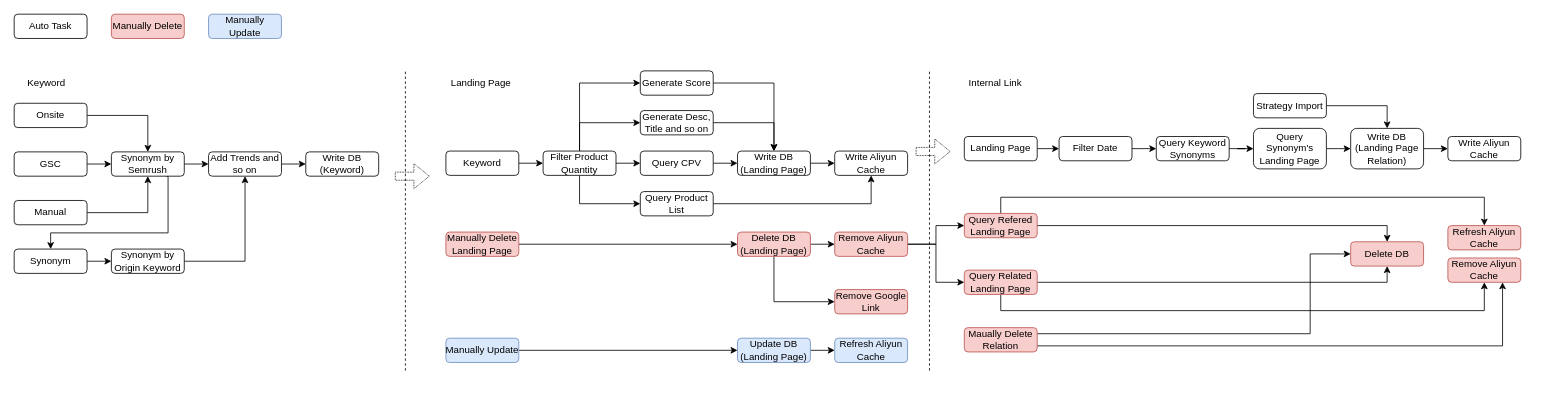
VisableHarry/seo-drawio keeps this draw.io diagram as drawio/internal_link.drawio. Above is the earlier version. Source tidied: cells renumbered, new cells numbered last; positions are measured from the earlier drawing's top-left corner, leaving out a move shared by most shapes. Both pictures are drawn from the tidied source at 81%, with x=0, y=0 at pixel (14, 14).
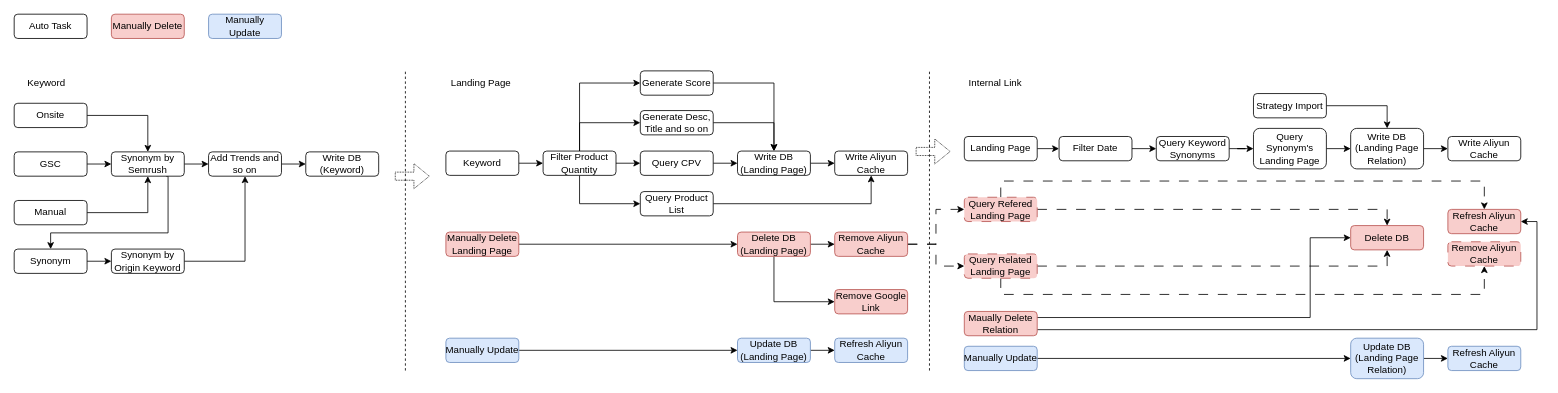
After the change.

The change refers to these unchanged cells:
```xml
<mxCell id="59" value="Remove Aliyun Cache" style="rounded=1;whiteSpace=wrap;html=1;fillColor=#f8cecc;strokeColor=#b85450;" parent="1" vertex="1">
  <mxGeometry x="1013" y="269" width="90" height="30" as="geometry" />
</mxCell>
```

What changed in the source:
```diff
@@
-    <mxCell id="57" style="edgeStyle=orthogonalEdgeStyle;rounded=0;jettySize=auto;html=1;exitX=1;exitY=0.5;exitDx=0;exitDy=0;entryX=0;entryY=0.5;entryDx=0;entryDy=0;" parent="1" edge="1" source="59" target="62">
+    <mxCell id="57" style="edgeStyle=orthogonalEdgeStyle;rounded=0;jettySize=auto;html=1;exitX=1;exitY=0.5;exitDx=0;exitDy=0;entryX=0;entryY=0.5;entryDx=0;entryDy=0;dashed=1;dashPattern=12 12;" parent="1" edge="1" source="59" target="62">
       <mxGeometry relative="1" as="geometry" />
     </mxCell>
-    <mxCell id="58" style="edgeStyle=orthogonalEdgeStyle;rounded=0;jettySize=auto;html=1;exitX=1;exitY=0.5;exitDx=0;exitDy=0;entryX=0;entryY=0.5;entryDx=0;entryDy=0;" parent="1" edge="1" source="59" target="67">
+    <mxCell id="58" style="edgeStyle=orthogonalEdgeStyle;rounded=0;jettySize=auto;html=1;exitX=1;exitY=0.5;exitDx=0;exitDy=0;entryX=0;entryY=0.5;entryDx=0;entryDy=0;dashed=1;dashPattern=12 12;" parent="1" edge="1" source="59" target="67">
       <mxGeometry relative="1" as="geometry" />
     </mxCell>
@@
-    <mxCell id="60" style="edgeStyle=orthogonalEdgeStyle;rounded=0;jettySize=auto;html=1;exitX=0.5;exitY=0;exitDx=0;exitDy=0;entryX=0.5;entryY=0;entryDx=0;entryDy=0;" parent="1" edge="1" source="62" target="64">
+    <mxCell id="60" style="edgeStyle=orthogonalEdgeStyle;rounded=0;jettySize=auto;html=1;exitX=0.5;exitY=0;exitDx=0;exitDy=0;entryX=0.5;entryY=0;entryDx=0;entryDy=0;dashed=1;dashPattern=12 12;" parent="1" edge="1" source="62" target="64">
       <mxGeometry relative="1" as="geometry" />
     </mxCell>
-    <mxCell id="61" style="edgeStyle=orthogonalEdgeStyle;rounded=0;jettySize=auto;html=1;exitX=1;exitY=0.5;exitDx=0;exitDy=0;entryX=0.5;entryY=0;entryDx=0;entryDy=0;" parent="1" edge="1" source="62" target="63">
+    <mxCell id="61" style="edgeStyle=orthogonalEdgeStyle;rounded=0;jettySize=auto;html=1;exitX=1;exitY=0.5;exitDx=0;exitDy=0;entryX=0.5;entryY=0;entryDx=0;entryDy=0;dashed=1;dashPattern=12 12;" parent="1" edge="1" source="62" target="63">
       <mxGeometry relative="1" as="geometry" />
     </mxCell>
-    <mxCell id="62" value="Query Refered Landing Page" style="rounded=1;whiteSpace=wrap;html=1;fillColor=#f8cecc;strokeColor=#b85450;" parent="1" vertex="1">
-      <mxGeometry x="1173" y="246" width="90" height="30" as="geometry" />
+    <mxCell id="62" value="Query Refered Landing Page" style="rounded=1;whiteSpace=wrap;html=1;fillColor=#f8cecc;strokeColor=#b85450;dashed=1;dashPattern=12 12;" parent="1" vertex="1">
+      <mxGeometry x="1173" y="226" width="90" height="30" as="geometry" />
     </mxCell>
     <mxCell id="63" value="Delete DB" style="rounded=1;whiteSpace=wrap;html=1;fillColor=#f8cecc;strokeColor=#b85450;" parent="1" vertex="1">
-      <mxGeometry x="1650" y="281" width="90" height="30" as="geometry" />
+      <mxGeometry x="1650" y="261" width="90" height="30" as="geometry" />
     </mxCell>
     <mxCell id="64" value="Refresh Aliyun Cache" style="rounded=1;whiteSpace=wrap;html=1;fillColor=#f8cecc;strokeColor=#b85450;" parent="1" vertex="1">
-      <mxGeometry x="1770" y="261" width="90" height="30" as="geometry" />
+      <mxGeometry x="1770" y="241" width="90" height="30" as="geometry" />
     </mxCell>
-    <mxCell id="65" style="edgeStyle=orthogonalEdgeStyle;rounded=0;jettySize=auto;html=1;exitX=0.5;exitY=1;exitDx=0;exitDy=0;entryX=0.5;entryY=1;entryDx=0;entryDy=0;" parent="1" edge="1" source="67" target="68">
+    <mxCell id="65" style="edgeStyle=orthogonalEdgeStyle;rounded=0;jettySize=auto;html=1;exitX=0.5;exitY=1;exitDx=0;exitDy=0;entryX=0.5;entryY=1;entryDx=0;entryDy=0;dashed=1;dashPattern=12 12;" parent="1" edge="1" source="67" target="68">
       <mxGeometry relative="1" as="geometry" />
     </mxCell>
-    <mxCell id="66" style="edgeStyle=orthogonalEdgeStyle;rounded=0;jettySize=auto;html=1;exitX=1;exitY=0.5;exitDx=0;exitDy=0;entryX=0.5;entryY=1;entryDx=0;entryDy=0;" parent="1" edge="1" source="67" target="63">
+    <mxCell id="66" style="edgeStyle=orthogonalEdgeStyle;rounded=0;jettySize=auto;html=1;exitX=1;exitY=0.5;exitDx=0;exitDy=0;entryX=0.5;entryY=1;entryDx=0;entryDy=0;dashed=1;dashPattern=12 12;" parent="1" edge="1" source="67" target="63">
       <mxGeometry relative="1" as="geometry" />
     </mxCell>
-    <mxCell id="67" value="Query Related Landing Page" style="rounded=1;whiteSpace=wrap;html=1;fillColor=#f8cecc;strokeColor=#b85450;" parent="1" vertex="1">
-      <mxGeometry x="1173" y="316" width="90" height="30" as="geometry" />
+    <mxCell id="67" value="Query Related Landing Page" style="rounded=1;whiteSpace=wrap;html=1;fillColor=#f8cecc;strokeColor=#b85450;dashed=1;dashPattern=12 12;" parent="1" vertex="1">
+      <mxGeometry x="1173" y="296" width="90" height="30" as="geometry" />
     </mxCell>
-    <mxCell id="68" value="Remove Aliyun Cache" style="rounded=1;whiteSpace=wrap;html=1;fillColor=#f8cecc;strokeColor=#b85450;" parent="1" vertex="1">
-      <mxGeometry x="1770" y="301" width="90" height="30" as="geometry" />
+    <mxCell id="68" value="Remove Aliyun Cache" style="rounded=1;whiteSpace=wrap;html=1;fillColor=#f8cecc;strokeColor=#b85450;dashed=1;dashPattern=12 12;" parent="1" vertex="1">
+      <mxGeometry x="1770" y="281" width="90" height="30" as="geometry" />
     </mxCell>
@@
     <mxCell id="77" style="edgeStyle=orthogonalEdgeStyle;rounded=0;jettySize=auto;html=1;exitX=1;exitY=0.25;exitDx=0;exitDy=0;entryX=0;entryY=0.5;entryDx=0;entryDy=0;" parent="1" edge="1" source="79" target="63">
       <mxGeometry relative="1" as="geometry">
         <Array as="points">
-          <mxPoint x="1600" y="395" />
-          <mxPoint x="1600" y="296" />
+          <mxPoint x="1600" y="375" />
+          <mxPoint x="1600" y="276" />
         </Array>
       </mxGeometry>
     </mxCell>
-    <mxCell id="78" style="edgeStyle=orthogonalEdgeStyle;rounded=0;jettySize=auto;html=1;exitX=1;exitY=0.75;exitDx=0;exitDy=0;entryX=0.75;entryY=1;entryDx=0;entryDy=0;" parent="1" edge="1" source="79" target="68">
+    <mxCell id="78" style="edgeStyle=orthogonalEdgeStyle;rounded=0;jettySize=auto;html=1;exitX=1;exitY=0.75;exitDx=0;exitDy=0;entryX=1;entryY=0.5;entryDx=0;entryDy=0;" parent="1" edge="1" source="79" target="64">
       <mxGeometry relative="1" as="geometry" />
     </mxCell>
     <mxCell id="79" value="Maually Delete Relation" style="rounded=1;whiteSpace=wrap;html=1;fillColor=#f8cecc;strokeColor=#b85450;" parent="1" vertex="1">
-      <mxGeometry x="1173" y="387" width="90" height="30" as="geometry" />
+      <mxGeometry x="1173" y="367" width="90" height="30" as="geometry" />
     </mxCell>
@@
+    <mxCell id="85" style="edgeStyle=orthogonalEdgeStyle;rounded=0;jettySize=auto;html=1;exitX=1;exitY=0.5;exitDx=0;exitDy=0;" parent="1" edge="1" source="86" target="88">
+      <mxGeometry relative="1" as="geometry" />
+    </mxCell>
+    <mxCell id="86" value="Manually&amp;nbsp;Update" style="rounded=1;whiteSpace=wrap;html=1;fillColor=#dae8fc;strokeColor=#6c8ebf;" parent="1" vertex="1">
+      <mxGeometry x="1173" y="410" width="90" height="30" as="geometry" />
+    </mxCell>
+    <mxCell id="87" style="edgeStyle=orthogonalEdgeStyle;rounded=0;jettySize=auto;html=1;exitX=1;exitY=0.5;exitDx=0;exitDy=0;entryX=0;entryY=0.5;entryDx=0;entryDy=0;" parent="1" edge="1" source="88" target="89">
+      <mxGeometry relative="1" as="geometry" />
+    </mxCell>
+    <mxCell id="88" value="Update DB&lt;div&gt;(Landing Page Relation)&lt;/div&gt;" style="rounded=1;whiteSpace=wrap;html=1;fillColor=#dae8fc;strokeColor=#6c8ebf;" parent="1" vertex="1">
+      <mxGeometry x="1650" y="400" width="90" height="50" as="geometry" />
+    </mxCell>
+    <mxCell id="89" value="Refresh Aliyun Cache" style="rounded=1;whiteSpace=wrap;html=1;fillColor=#dae8fc;strokeColor=#6c8ebf;" parent="1" vertex="1">
+      <mxGeometry x="1770" y="410" width="90" height="30" as="geometry" />
+    </mxCell>
```
